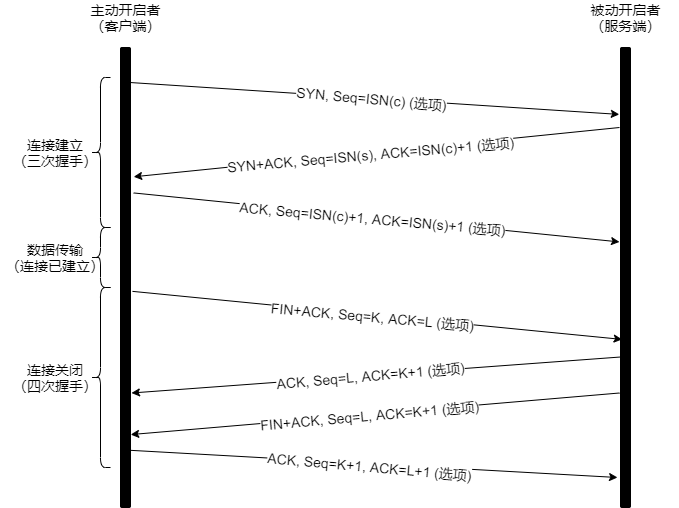
The draw.io diagram draw.io/network/普通TCP链接的建立和终止.png in qinjianmin/draw.io, before a commit. Source tidied: cells renumbered, new cells last; positions are measured from the earlier drawing's top-left corner, leaving out a move shared by most shapes.
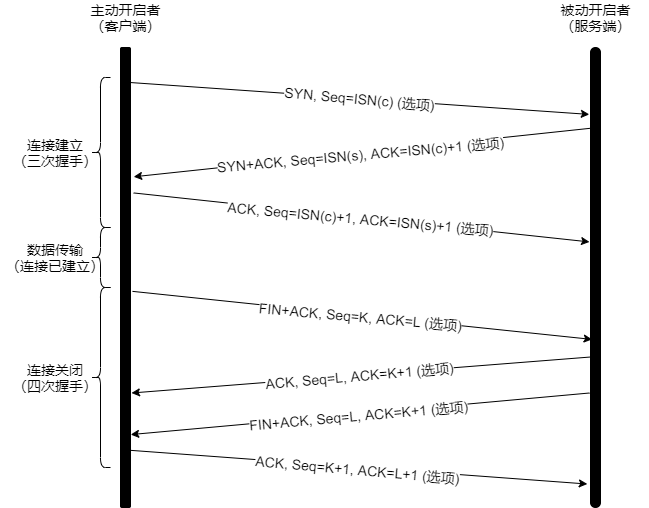
Above is the later version.

Commit message:
Update 普通TCP链接的建立和终止.png

Change to the diagram source:
```diff
@@ -8,11 +8,11 @@
     <mxCell id="3" value="主动开启者&lt;br style=&quot;font-size: 14px;&quot;&gt;（客户端）" style="text;html=1;strokeColor=none;fillColor=none;align=center;verticalAlign=middle;whiteSpace=wrap;rounded=0;fontSize=14;" parent="1" vertex="1">
       <mxGeometry x="72.5" width="105" height="20" as="geometry" />
     </mxCell>
-    <mxCell id="4" style="rounded=1;whiteSpace=wrap;html=1;fillColor=#000000;perimeterSpacing=1;" parent="1" vertex="1">
-      <mxGeometry x="620" y="40" width="10" height="460" as="geometry" />
+    <mxCell id="4" style="rounded=1;whiteSpace=wrap;html=1;fillColor=#000000;perimeterSpacing=1;arcSize=50;" parent="1" vertex="1">
+      <mxGeometry x="590" y="40" width="10" height="460" as="geometry" />
     </mxCell>
     <mxCell id="5" value="被动开启者&lt;br style=&quot;font-size: 14px&quot;&gt;（服务端）" style="text;html=1;strokeColor=none;fillColor=none;align=center;verticalAlign=middle;whiteSpace=wrap;rounded=0;fontSize=14;" parent="1" vertex="1">
-      <mxGeometry x="572.5" width="105" height="20" as="geometry" />
+      <mxGeometry x="542.5" width="105" height="20" as="geometry" />
     </mxCell>
     <mxCell id="6" style="endArrow=classic;html=1;fontSize=14;exitX=0.917;exitY=0.078;exitDx=0;exitDy=0;exitPerimeter=0;entryX=-0.017;entryY=0.147;entryDx=0;entryDy=0;entryPerimeter=0;" parent="1" edge="1" source="2" target="4">
       <mxGeometry relative="1" as="geometry" />
@@ -22,10 +22,8 @@
         <mxPoint x="44" as="offset" />
       </mxGeometry>
     </mxCell>
-    <mxCell id="8" style="endArrow=classic;html=1;fontSize=14;entryX=1.183;entryY=0.282;entryDx=0;entryDy=0;entryPerimeter=0;" parent="1" edge="1" target="2">
-      <mxGeometry relative="1" as="geometry">
-        <mxPoint x="619" y="120" as="sourcePoint" />
-      </mxGeometry>
+    <mxCell id="8" style="endArrow=classic;html=1;fontSize=14;entryX=1.183;entryY=0.282;entryDx=0;entryDy=0;entryPerimeter=0;exitX=0.083;exitY=0.177;exitDx=0;exitDy=0;exitPerimeter=0;" parent="1" edge="1" source="4" target="2">
+      <mxGeometry relative="1" as="geometry" />
     </mxCell>
     <mxCell id="9" value="SYN+ACK, Seq=ISN(s), ACK=ISN(c)+1 (选项)" style="edgeLabel;html=1;align=center;verticalAlign=middle;fontSize=14;horizontal=1;rotation=-5;" parent="8" vertex="1">
       <mxGeometry x="0.28" y="1" relative="1" as="geometry">
@@ -76,10 +74,8 @@
         <mxPoint x="62" y="-6" as="offset" />
       </mxGeometry>
     </mxCell>
-    <mxCell id="22" style="endArrow=classic;html=1;fontSize=14;exitX=0.867;exitY=0.874;exitDx=0;exitDy=0;exitPerimeter=0;" parent="1" edge="1" source="2">
-      <mxGeometry relative="1" as="geometry">
-        <mxPoint x="617" y="470" as="targetPoint" />
-      </mxGeometry>
+    <mxCell id="22" style="endArrow=classic;html=1;fontSize=14;exitX=0.867;exitY=0.874;exitDx=0;exitDy=0;exitPerimeter=0;entryX=-0.183;entryY=0.947;entryDx=0;entryDy=0;entryPerimeter=0;" parent="1" edge="1" source="2" target="4">
+      <mxGeometry relative="1" as="geometry" />
     </mxCell>
     <mxCell id="23" value="ACK, Seq=K+1, ACK=L+1 (选项)" style="edgeLabel;html=1;align=center;verticalAlign=middle;fontSize=14;rotation=5;" parent="22" vertex="1">
       <mxGeometry x="-0.19" y="-3" relative="1" as="geometry">
```
